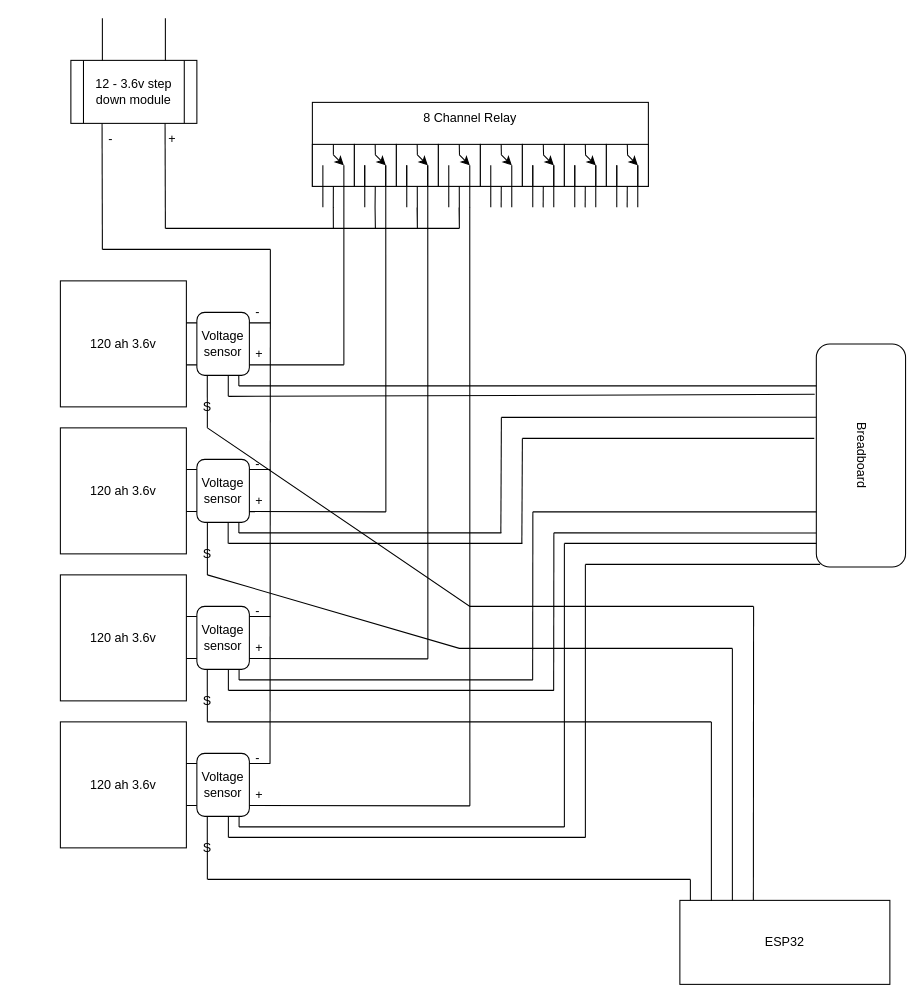
Before: BMS.drawio in VCODERN/draw.io, a draw.io diagram. Source tidied: cells renumbered, new cells numbered last; positions are measured from the earlier drawing's top-left corner, leaving out a move shared by most shapes. Both pictures are drawn from the tidied source at 105%, with x=0, y=0 at pixel (60, 18).
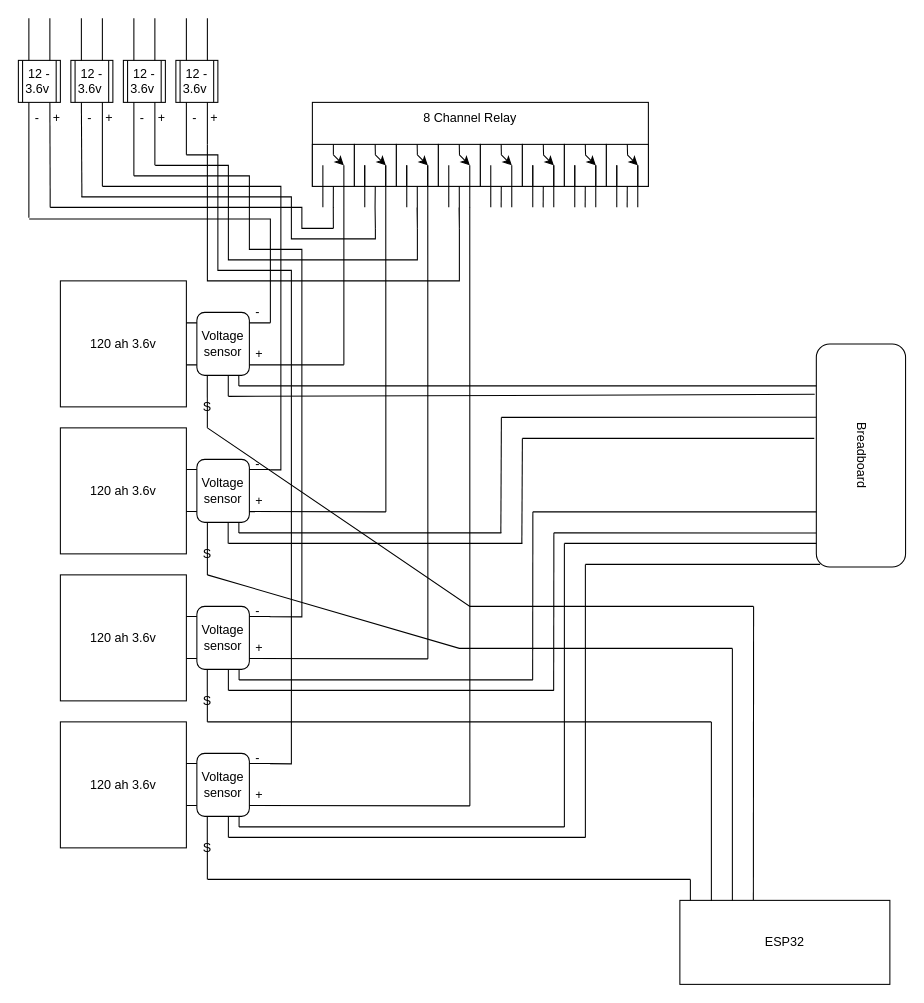
Above is the later version.

Unchanged cells that the change refers to:
```xml
<mxCell id="96" value="-" style="text;strokeColor=none;fillColor=none;align=left;verticalAlign=middle;spacingLeft=4;spacingRight=4;overflow=hidden;points=[[0,0.5],[1,0.5]];portConstraint=eastwest;whiteSpace=wrap;html=1;" parent="1" vertex="1">
  <mxGeometry x="180" y="550" width="20" height="30" as="geometry" />
</mxCell>
<mxCell id="98" value="-" style="text;strokeColor=none;fillColor=none;align=left;verticalAlign=middle;spacingLeft=4;spacingRight=4;overflow=hidden;points=[[0,0.5],[1,0.5]];portConstraint=eastwest;whiteSpace=wrap;html=1;" parent="1" vertex="1">
  <mxGeometry x="180" y="690" width="20" height="30" as="geometry" />
</mxCell>
```

The edit, as a diff of the source:
```diff
@@
-    <mxCell id="99" value="12 - 3.6v step down module" style="shape=process;whiteSpace=wrap;html=1;backgroundOutline=1;" parent="1" vertex="1">
-      <mxGeometry x="10" y="40" width="120" height="60" as="geometry" />
+    <mxCell id="99" value="12 - 3.6v&amp;nbsp;" style="shape=process;whiteSpace=wrap;html=1;backgroundOutline=1;" parent="1" vertex="1">
+      <mxGeometry x="-40" y="40" width="40" height="40" as="geometry" />
     </mxCell>
-    <mxCell id="100" style="endArrow=none;html=1;rounded=0;exitX=0.25;exitY=0;exitDx=0;exitDy=0;" parent="1" edge="1" source="99">
-      <mxGeometry relative="1" as="geometry">
-        <mxPoint x="40" as="targetPoint" />
-      </mxGeometry>
-    </mxCell>
     <mxCell id="101" style="endArrow=none;html=1;rounded=0;exitX=0.25;exitY=0;exitDx=0;exitDy=0;" parent="1" edge="1">
       <mxGeometry relative="1" as="geometry">
-        <mxPoint x="100" y="40" as="sourcePoint" />
-        <mxPoint x="100" as="targetPoint" />
+        <mxPoint x="-30" y="40" as="sourcePoint" />
+        <mxPoint x="-30" as="targetPoint" />
       </mxGeometry>
     </mxCell>
     <mxCell id="102" style="endArrow=none;html=1;rounded=0;" parent="1" edge="1">
       <mxGeometry relative="1" as="geometry">
-        <mxPoint x="40" y="220" as="sourcePoint" />
-        <mxPoint x="39.7" y="100" as="targetPoint" />
+        <mxPoint x="-30" y="190" as="sourcePoint" />
+        <mxPoint x="-30" y="80" as="targetPoint" />
       </mxGeometry>
     </mxCell>
     <mxCell id="103" style="endArrow=none;html=1;rounded=0;" parent="1" edge="1">
       <mxGeometry relative="1" as="geometry">
-        <mxPoint x="100" y="200" as="sourcePoint" />
-        <mxPoint x="99.7" y="100" as="targetPoint" />
+        <mxPoint x="-9.7" y="180" as="sourcePoint" />
+        <mxPoint x="-10" y="80" as="targetPoint" />
       </mxGeometry>
     </mxCell>
-    <mxCell id="104" value="-&amp;nbsp; &amp;nbsp; &amp;nbsp; &amp;nbsp; &amp;nbsp; &amp;nbsp; &amp;nbsp; &amp;nbsp; +" style="text;strokeColor=none;fillColor=none;align=left;verticalAlign=middle;spacingLeft=4;spacingRight=4;overflow=hidden;whiteSpace=wrap;html=1;" parent="1" vertex="1">
-      <mxGeometry x="40" y="100" width="90" height="30" as="geometry" />
+    <mxCell id="104" value="-&amp;nbsp; &amp;nbsp; +" style="text;strokeColor=none;fillColor=none;align=left;verticalAlign=middle;spacingLeft=4;spacingRight=4;overflow=hidden;whiteSpace=wrap;html=1;" parent="1" vertex="1">
+      <mxGeometry x="-29.7" y="80" width="39.7" height="30" as="geometry" />
     </mxCell>
     <mxCell id="105" style="endArrow=none;html=1;rounded=0;" parent="1" edge="1">
       <mxGeometry relative="1" as="geometry">
-        <mxPoint x="100" y="200" as="sourcePoint" />
-        <mxPoint x="380" y="200" as="targetPoint" />
+        <mxPoint x="-9.7" y="180" as="sourcePoint" />
+        <mxPoint x="260" y="200" as="targetPoint" />
+        <Array as="points">
+          <mxPoint x="230" y="180" />
+          <mxPoint x="230" y="200" />
+        </Array>
       </mxGeometry>
     </mxCell>
     <mxCell id="106" style="endArrow=none;html=1;rounded=0;" parent="1" edge="1">
       <mxGeometry relative="1" as="geometry">
-        <mxPoint x="40" y="220" as="sourcePoint" />
-        <mxPoint x="200" y="220" as="targetPoint" />
+        <mxPoint x="-29.7" y="191" as="sourcePoint" />
+        <mxPoint x="200" y="290" as="targetPoint" />
+        <Array as="points">
+          <mxPoint x="200" y="191" />
+        </Array>
       </mxGeometry>
     </mxCell>
-    <mxCell id="107" style="endArrow=none;html=1;rounded=0;entryX=0.984;entryY=0.65;entryDx=0;entryDy=0;entryPerimeter=0;" parent="1" edge="1" target="98">
-      <mxGeometry relative="1" as="geometry">
-        <mxPoint x="200" y="220" as="sourcePoint" />
-      </mxGeometry>
-    </mxCell>
@@
+    <mxCell id="141" style="endArrow=none;html=1;rounded=0;exitX=0.25;exitY=0;exitDx=0;exitDy=0;" parent="1" edge="1">
+      <mxGeometry relative="1" as="geometry">
+        <mxPoint x="-10" y="40" as="sourcePoint" />
+        <mxPoint x="-10" as="targetPoint" />
+      </mxGeometry>
+    </mxCell>
+    <mxCell id="142" value="12 - 3.6v&amp;nbsp;" style="shape=process;whiteSpace=wrap;html=1;backgroundOutline=1;" parent="1" vertex="1">
+      <mxGeometry x="10" y="40" width="40" height="40" as="geometry" />
+    </mxCell>
+    <mxCell id="143" style="endArrow=none;html=1;rounded=0;exitX=0.25;exitY=0;exitDx=0;exitDy=0;" parent="1" edge="1">
+      <mxGeometry relative="1" as="geometry">
+        <mxPoint x="20" y="40" as="sourcePoint" />
+        <mxPoint x="20" as="targetPoint" />
+      </mxGeometry>
+    </mxCell>
+    <mxCell id="144" style="endArrow=none;html=1;rounded=0;entryX=0.25;entryY=1;entryDx=0;entryDy=0;" parent="1" edge="1" target="142">
+      <mxGeometry relative="1" as="geometry">
+        <mxPoint x="20.5" y="170" as="sourcePoint" />
+      </mxGeometry>
+    </mxCell>
+    <mxCell id="145" style="endArrow=none;html=1;rounded=0;" parent="1" edge="1">
+      <mxGeometry relative="1" as="geometry">
+        <mxPoint x="40" y="160" as="sourcePoint" />
+        <mxPoint x="40" y="80" as="targetPoint" />
+      </mxGeometry>
+    </mxCell>
+    <mxCell id="146" value="-&amp;nbsp; &amp;nbsp; +" style="text;strokeColor=none;fillColor=none;align=left;verticalAlign=middle;spacingLeft=4;spacingRight=4;overflow=hidden;whiteSpace=wrap;html=1;" parent="1" vertex="1">
+      <mxGeometry x="20.3" y="80" width="39.7" height="30" as="geometry" />
+    </mxCell>
+    <mxCell id="147" style="endArrow=none;html=1;rounded=0;exitX=0.25;exitY=0;exitDx=0;exitDy=0;" parent="1" edge="1">
+      <mxGeometry relative="1" as="geometry">
+        <mxPoint x="40" y="40" as="sourcePoint" />
+        <mxPoint x="40" as="targetPoint" />
+      </mxGeometry>
+    </mxCell>
+    <mxCell id="148" value="12 - 3.6v&amp;nbsp;" style="shape=process;whiteSpace=wrap;html=1;backgroundOutline=1;" parent="1" vertex="1">
+      <mxGeometry x="60" y="40" width="40" height="40" as="geometry" />
+    </mxCell>
+    <mxCell id="149" style="endArrow=none;html=1;rounded=0;exitX=0.25;exitY=0;exitDx=0;exitDy=0;" parent="1" edge="1">
+      <mxGeometry relative="1" as="geometry">
+        <mxPoint x="70" y="40" as="sourcePoint" />
+        <mxPoint x="70" as="targetPoint" />
+      </mxGeometry>
+    </mxCell>
+    <mxCell id="150" style="endArrow=none;html=1;rounded=0;" parent="1" edge="1">
+      <mxGeometry relative="1" as="geometry">
+        <mxPoint x="70" y="150" as="sourcePoint" />
+        <mxPoint x="70" y="80" as="targetPoint" />
+      </mxGeometry>
+    </mxCell>
+    <mxCell id="151" style="endArrow=none;html=1;rounded=0;" parent="1" edge="1">
+      <mxGeometry relative="1" as="geometry">
+        <mxPoint x="90" y="140" as="sourcePoint" />
+        <mxPoint x="90" y="80" as="targetPoint" />
+      </mxGeometry>
+    </mxCell>
+    <mxCell id="152" value="-&amp;nbsp; &amp;nbsp; +" style="text;strokeColor=none;fillColor=none;align=left;verticalAlign=middle;spacingLeft=4;spacingRight=4;overflow=hidden;whiteSpace=wrap;html=1;" parent="1" vertex="1">
+      <mxGeometry x="70.3" y="80" width="39.7" height="30" as="geometry" />
+    </mxCell>
+    <mxCell id="153" style="endArrow=none;html=1;rounded=0;exitX=0.25;exitY=0;exitDx=0;exitDy=0;" parent="1" edge="1">
+      <mxGeometry relative="1" as="geometry">
+        <mxPoint x="90" y="40" as="sourcePoint" />
+        <mxPoint x="90" as="targetPoint" />
+      </mxGeometry>
+    </mxCell>
+    <mxCell id="154" value="12 - 3.6v&amp;nbsp;" style="shape=process;whiteSpace=wrap;html=1;backgroundOutline=1;" parent="1" vertex="1">
+      <mxGeometry x="110" y="40" width="40" height="40" as="geometry" />
+    </mxCell>
+    <mxCell id="155" style="endArrow=none;html=1;rounded=0;exitX=0.25;exitY=0;exitDx=0;exitDy=0;" parent="1" edge="1">
+      <mxGeometry relative="1" as="geometry">
+        <mxPoint x="120" y="40" as="sourcePoint" />
+        <mxPoint x="120" as="targetPoint" />
+      </mxGeometry>
+    </mxCell>
+    <mxCell id="156" style="endArrow=none;html=1;rounded=0;" parent="1" edge="1">
+      <mxGeometry relative="1" as="geometry">
+        <mxPoint x="120" y="130" as="sourcePoint" />
+        <mxPoint x="120" y="80" as="targetPoint" />
+      </mxGeometry>
+    </mxCell>
+    <mxCell id="157" style="endArrow=none;html=1;rounded=0;" parent="1" edge="1">
+      <mxGeometry relative="1" as="geometry">
+        <mxPoint x="140" y="120" as="sourcePoint" />
+        <mxPoint x="140" y="80" as="targetPoint" />
+      </mxGeometry>
+    </mxCell>
+    <mxCell id="158" value="-&amp;nbsp; &amp;nbsp; +" style="text;strokeColor=none;fillColor=none;align=left;verticalAlign=middle;spacingLeft=4;spacingRight=4;overflow=hidden;whiteSpace=wrap;html=1;" parent="1" vertex="1">
+      <mxGeometry x="120.3" y="80" width="39.7" height="30" as="geometry" />
+    </mxCell>
+    <mxCell id="159" style="endArrow=none;html=1;rounded=0;exitX=0.25;exitY=0;exitDx=0;exitDy=0;" parent="1" edge="1">
+      <mxGeometry relative="1" as="geometry">
+        <mxPoint x="140" y="40" as="sourcePoint" />
+        <mxPoint x="140" as="targetPoint" />
+      </mxGeometry>
+    </mxCell>
+    <mxCell id="160" style="endArrow=none;html=1;rounded=0;" parent="1" edge="1">
+      <mxGeometry relative="1" as="geometry">
+        <mxPoint x="40" y="160" as="sourcePoint" />
+        <mxPoint x="200" y="430" as="targetPoint" />
+        <Array as="points">
+          <mxPoint x="210" y="160" />
+          <mxPoint x="210" y="430" />
+        </Array>
+      </mxGeometry>
+    </mxCell>
+    <mxCell id="161" style="endArrow=none;html=1;rounded=0;" parent="1" edge="1">
+      <mxGeometry relative="1" as="geometry">
+        <mxPoint x="20" y="170" as="sourcePoint" />
+        <mxPoint x="300" y="200" as="targetPoint" />
+        <Array as="points">
+          <mxPoint x="220" y="170" />
+          <mxPoint x="220" y="210" />
+          <mxPoint x="300" y="210" />
+        </Array>
+      </mxGeometry>
+    </mxCell>
+    <mxCell id="162" style="endArrow=none;html=1;rounded=0;" parent="1" edge="1">
+      <mxGeometry relative="1" as="geometry">
+        <mxPoint x="90.3" y="140" as="sourcePoint" />
+        <mxPoint x="340" y="200" as="targetPoint" />
+        <Array as="points">
+          <mxPoint x="160" y="140" />
+          <mxPoint x="160" y="230" />
+          <mxPoint x="340" y="230" />
+        </Array>
+      </mxGeometry>
+    </mxCell>
+    <mxCell id="163" style="endArrow=none;html=1;rounded=0;entryX=0.967;entryY=0.665;entryDx=0;entryDy=0;entryPerimeter=0;" parent="1" edge="1" target="96">
+      <mxGeometry relative="1" as="geometry">
+        <mxPoint x="70" y="150" as="sourcePoint" />
+        <Array as="points">
+          <mxPoint x="180" y="150" />
+          <mxPoint x="180" y="220" />
+          <mxPoint x="230" y="220" />
+          <mxPoint x="230" y="570" />
+        </Array>
+      </mxGeometry>
+    </mxCell>
+    <mxCell id="164" style="endArrow=none;html=1;rounded=0;" parent="1" edge="1">
+      <mxGeometry relative="1" as="geometry">
+        <mxPoint x="140" y="120" as="sourcePoint" />
+        <mxPoint x="380" y="200" as="targetPoint" />
+        <Array as="points">
+          <mxPoint x="140" y="250" />
+          <mxPoint x="380" y="250" />
+        </Array>
+      </mxGeometry>
+    </mxCell>
+    <mxCell id="165" style="endArrow=none;html=1;rounded=0;entryX=0.983;entryY=0.659;entryDx=0;entryDy=0;entryPerimeter=0;" parent="1" edge="1" target="98">
+      <mxGeometry relative="1" as="geometry">
+        <mxPoint x="120" y="130" as="sourcePoint" />
+        <Array as="points">
+          <mxPoint x="150" y="130" />
+          <mxPoint x="150" y="240" />
+          <mxPoint x="220" y="240" />
+          <mxPoint x="220" y="710" />
+        </Array>
+      </mxGeometry>
+    </mxCell>
```
